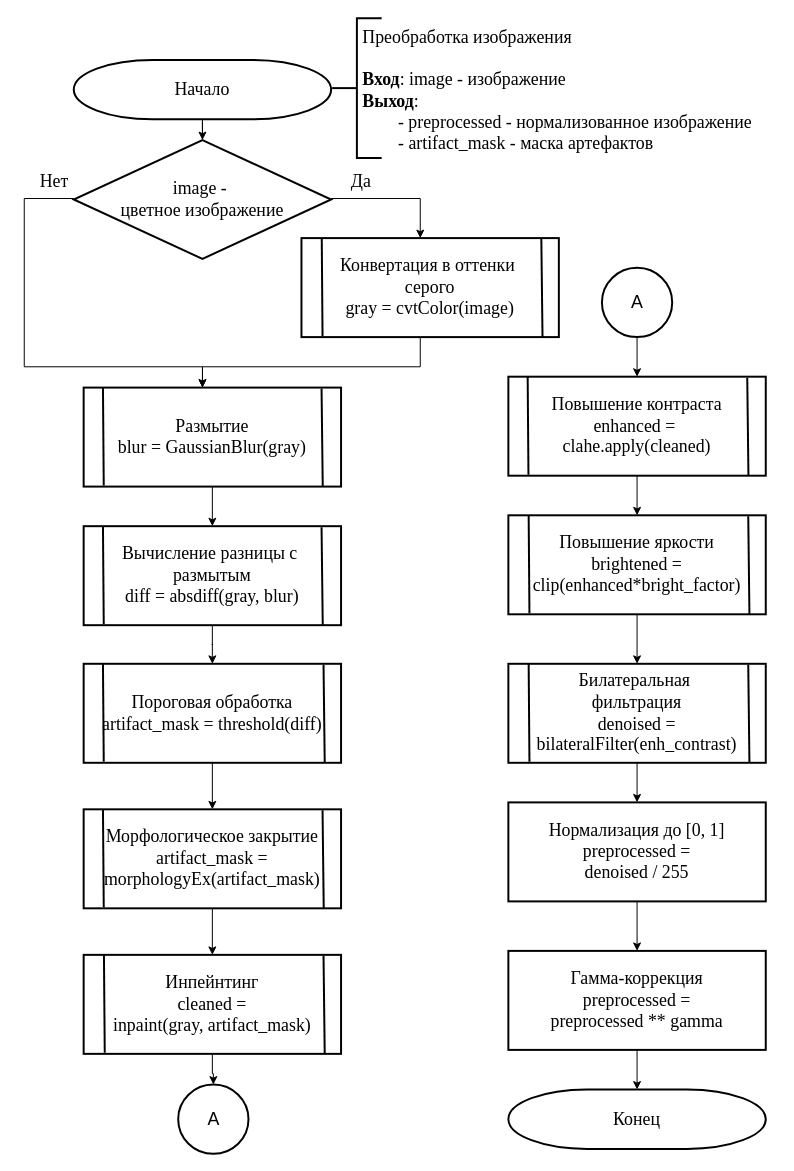
Earlier version of the draw.io diagram page "Преобработка изображения" (3 of 8) of report/Диаграммки.drawio (lalala-0/VKR_BMSTU). Source tidied: cells renumbered, new cells numbered last; positions are measured from the earlier drawing's top-left corner, leaving out a move shared by most shapes. Both pictures are drawn from the tidied source at 99%, with x=0, y=0 at pixel (24, 18).
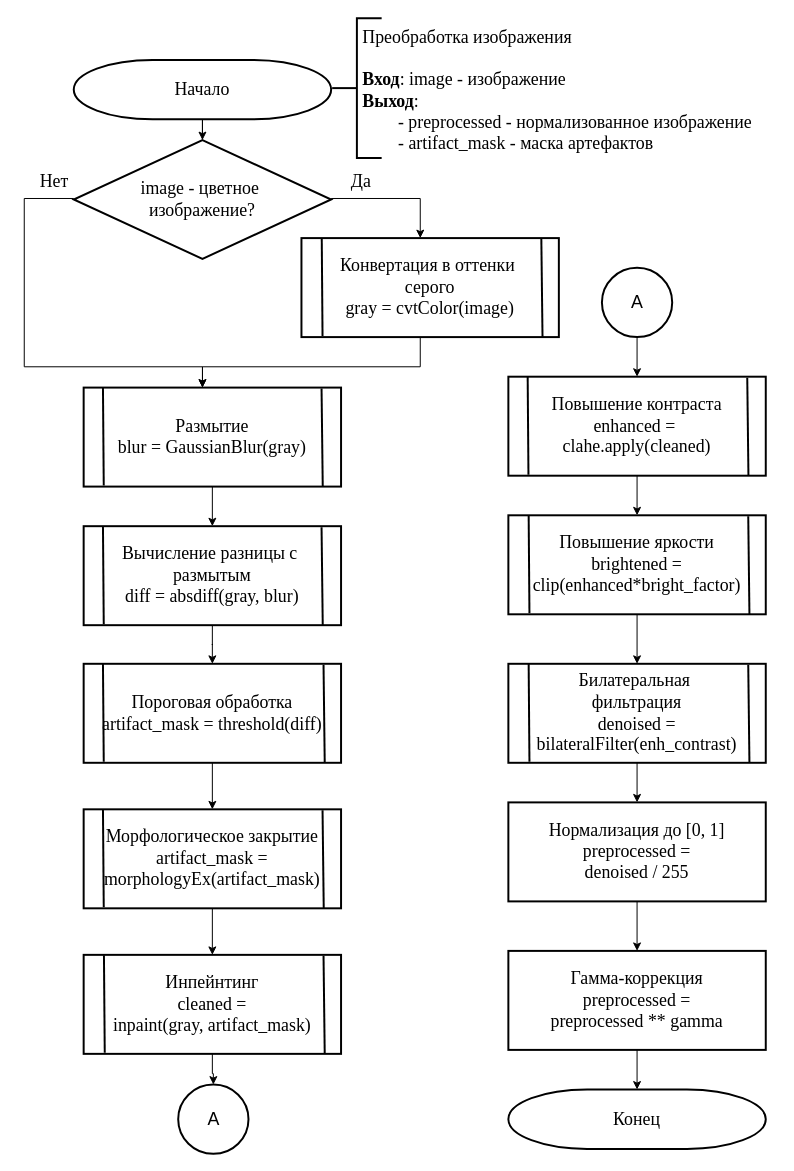
The same diagram, later.

The edit, as a diff of the source:
```diff
@@
-    <mxCell id="10" value="&lt;div style=&quot;&quot;&gt;&lt;div&gt;&lt;span&gt;&lt;font style=&quot;color: rgb(0, 0, 0);&quot;&gt;image -&amp;nbsp;&lt;/font&gt;&lt;/span&gt;&lt;/div&gt;&lt;div&gt;&lt;span&gt;&lt;font style=&quot;color: rgb(0, 0, 0);&quot;&gt;цветное изображение&lt;/font&gt;&lt;/span&gt;&lt;/div&gt;&lt;/div&gt;" style="strokeWidth=2;html=1;shape=mxgraph.flowchart.decision;whiteSpace=wrap;fontFamily=Times New Roman;fontSize=18;labelBackgroundColor=none;" parent="1" vertex="1">
+    <mxCell id="10" value="&lt;div style=&quot;&quot;&gt;&lt;div&gt;&lt;span&gt;&lt;font style=&quot;color: rgb(0, 0, 0);&quot;&gt;image -&amp;nbsp;&lt;/font&gt;&lt;/span&gt;&lt;span style=&quot;background-color: transparent;&quot;&gt;цветное&amp;nbsp;&lt;/span&gt;&lt;/div&gt;&lt;div&gt;&lt;span style=&quot;background-color: transparent;&quot;&gt;изображение?&lt;/span&gt;&lt;/div&gt;&lt;/div&gt;" style="strokeWidth=2;html=1;shape=mxgraph.flowchart.decision;whiteSpace=wrap;fontFamily=Times New Roman;fontSize=18;labelBackgroundColor=none;" parent="1" vertex="1">
       <mxGeometry x="50" y="123" width="260" height="120" as="geometry" />
     </mxCell>
```
